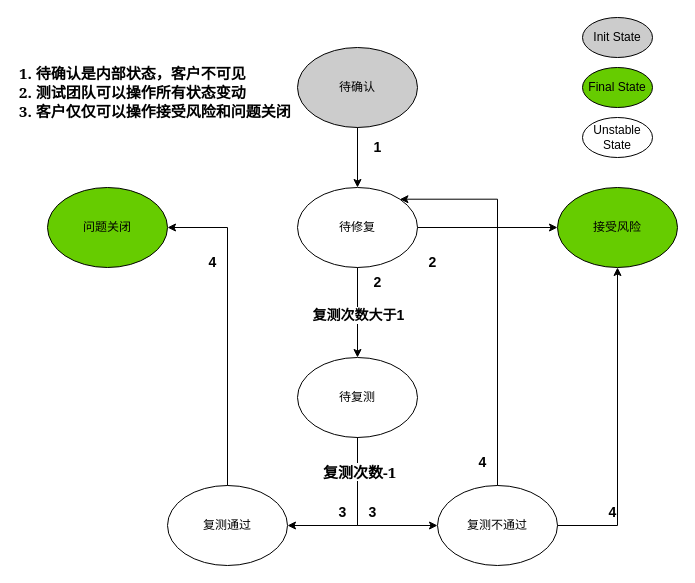
Before: ptaas issure state.drawio in caihuayu0322/drawio-github, a draw.io diagram. Source tidied: cells renumbered, new cells numbered last; positions are measured from the earlier drawing's top-left corner, leaving out a move shared by most shapes. Both pictures are drawn from the tidied source at 100%, with x=0, y=0 at pixel (17, 17).
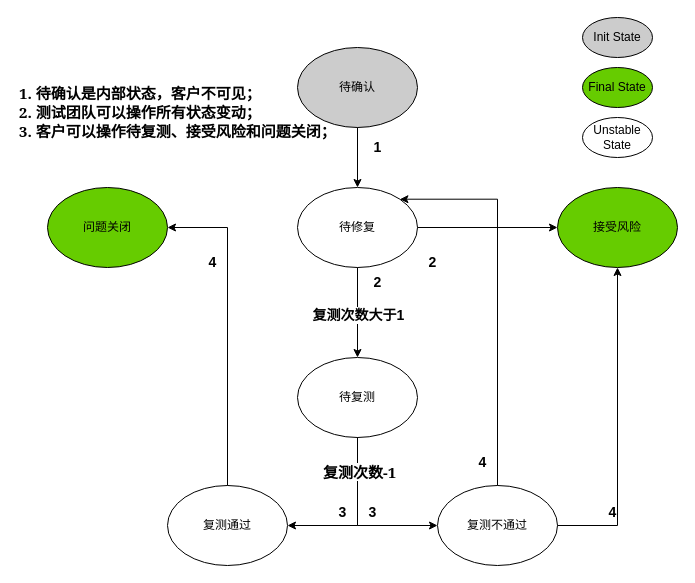
The same page after the edit.

Change to the diagram source:
```diff
@@
-    <mxCell id="29" value="&lt;b style=&quot;font-size: 15px;&quot;&gt;&lt;font face=&quot;Georgia&quot;&gt;1. 待确认是内部状态，客户不可见&lt;br&gt;2. 测试团队可以操作所有状态变动&lt;br&gt;3. 客户仅仅可以操作接受风险和问题关闭&lt;/font&gt;&lt;/b&gt;" style="text;html=1;align=left;verticalAlign=middle;strokeColor=none;fillColor=none;" parent="1" vertex="1">
-      <mxGeometry y="40" width="300" height="70" as="geometry" />
+    <mxCell id="29" value="&lt;b style=&quot;font-size: 15px;&quot;&gt;&lt;font face=&quot;Georgia&quot;&gt;1. 待确认是内部状态，客户不可见；&lt;br&gt;2. 测试团队可以操作所有状态变动；&lt;br&gt;3. 客户可以操作待复测、接受风险和问题关闭；&lt;/font&gt;&lt;/b&gt;" style="text;html=1;align=left;verticalAlign=middle;strokeColor=none;fillColor=none;" parent="1" vertex="1">
+      <mxGeometry y="60" width="340" height="70" as="geometry" />
     </mxCell>
```
